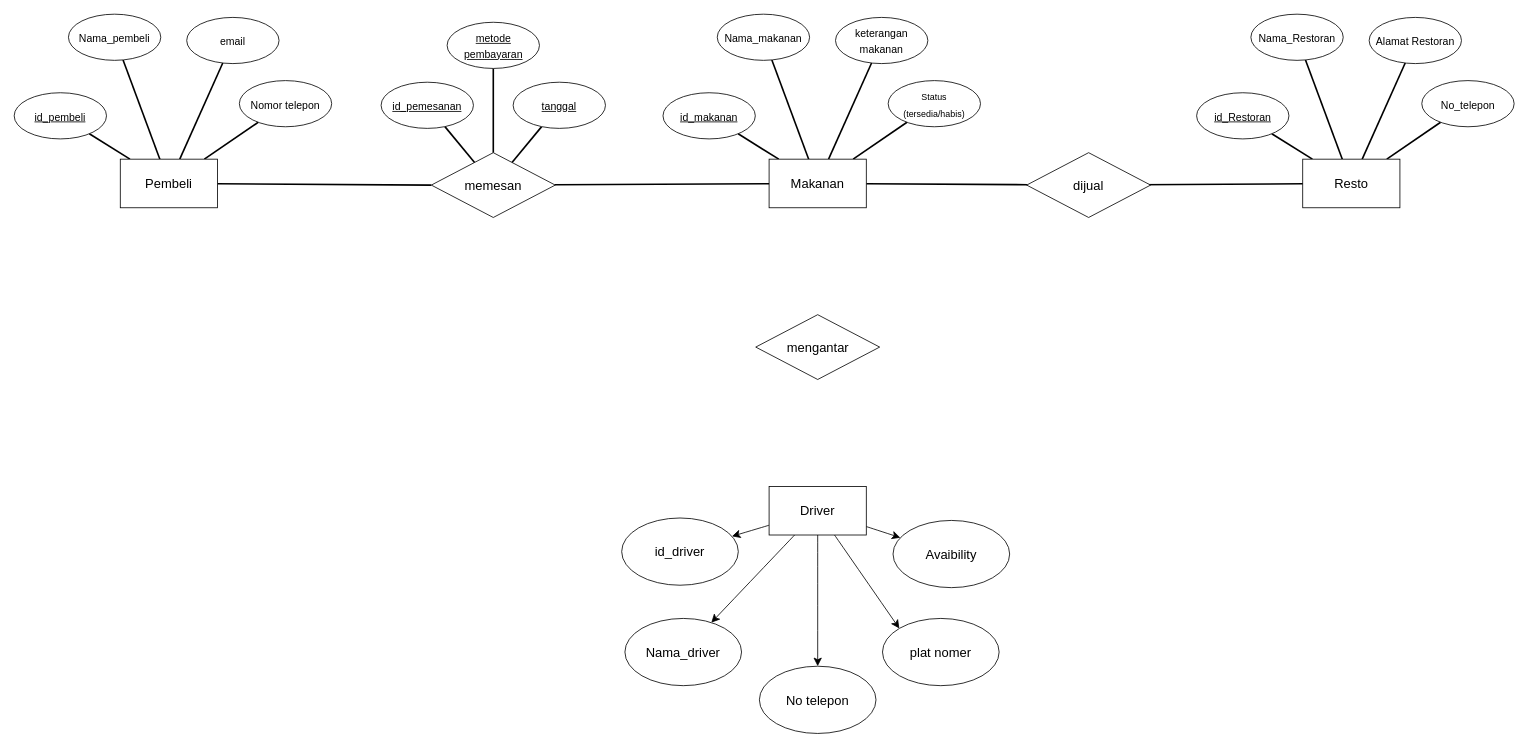
Before: Untitled Diagram.drawio in Iknip26/tugasppw5, a draw.io diagram. Source tidied: cells renumbered, new cells numbered last; positions are measured from the earlier drawing's top-left corner, leaving out a move shared by most shapes. Both pictures are drawn from the tidied source at 81%, with x=0, y=0 at pixel (14, 14).
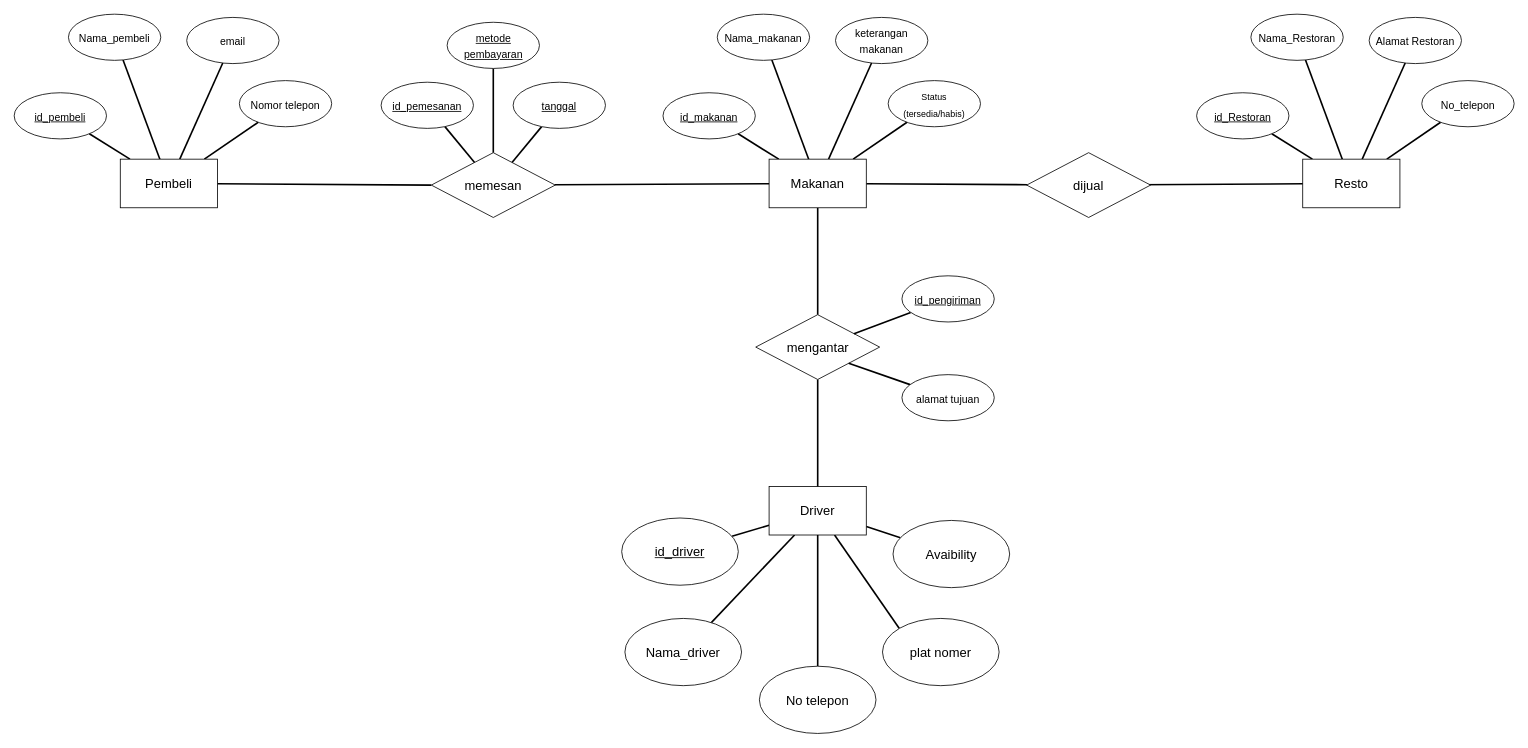
Above is the later version.

Commit message:
Tugas Basdat 2

Unchanged cells that the change refers to:
```xml
<mxCell id="17" value="Makanan" style="rounded=0;whiteSpace=wrap;html=1;fontSize=16;" parent="1" vertex="1">
  <mxGeometry x="932" y="179" width="120" height="60" as="geometry" />
</mxCell>
<mxCell id="46" value="Driver" style="rounded=0;whiteSpace=wrap;html=1;fontSize=16;" parent="1" vertex="1">
  <mxGeometry x="932" y="583" width="120" height="60" as="geometry" />
</mxCell>
<mxCell id="47" value="mengantar" style="rhombus;whiteSpace=wrap;html=1;fontSize=16;" parent="1" vertex="1">
  <mxGeometry x="915.5" y="371" width="153" height="80" as="geometry" />
</mxCell>
<mxCell id="49" value="Nama_driver" style="ellipse;whiteSpace=wrap;html=1;fontSize=16;" parent="1" vertex="1">
  <mxGeometry x="754" y="746" width="144" height="83" as="geometry" />
</mxCell>
<mxCell id="50" value="No telepon" style="ellipse;whiteSpace=wrap;html=1;fontSize=16;" parent="1" vertex="1">
  <mxGeometry x="920" y="805" width="144" height="83" as="geometry" />
</mxCell>
<mxCell id="51" value="plat nomer" style="ellipse;whiteSpace=wrap;html=1;fontSize=16;" parent="1" vertex="1">
  <mxGeometry x="1072" y="746" width="144" height="83" as="geometry" />
</mxCell>
<mxCell id="52" value="Avaibility" style="ellipse;whiteSpace=wrap;html=1;fontSize=16;" parent="1" vertex="1">
  <mxGeometry x="1085" y="625" width="144" height="83" as="geometry" />
</mxCell>
```

Diff of the diagram source:
```diff
@@
+    <mxCell id="53" style="edgeStyle=none;curved=1;rounded=0;jettySize=auto;html=1;entryX=0.5;entryY=0;entryDx=0;entryDy=0;fontSize=12;startSize=8;endSize=8;strokeWidth=2;endArrow=none;endFill=0;" parent="1" edge="1" source="17" target="47">
+      <mxGeometry relative="1" as="geometry" />
+    </mxCell>
@@
-    <mxCell id="41" style="edgeStyle=none;curved=1;rounded=0;jettySize=auto;html=1;fontSize=12;startSize=8;endSize=8;" parent="1" edge="1" source="46" target="48">
+    <mxCell id="41" style="edgeStyle=none;curved=1;rounded=0;jettySize=auto;html=1;fontSize=12;startSize=8;endSize=8;strokeWidth=2;endArrow=none;endFill=0;" parent="1" edge="1" source="46" target="48">
       <mxGeometry relative="1" as="geometry" />
     </mxCell>
-    <mxCell id="42" style="edgeStyle=none;curved=1;rounded=0;jettySize=auto;html=1;fontSize=12;startSize=8;endSize=8;" parent="1" edge="1" source="46" target="49">
+    <mxCell id="42" style="edgeStyle=none;curved=1;rounded=0;jettySize=auto;html=1;fontSize=12;startSize=8;endSize=8;strokeWidth=2;endArrow=none;endFill=0;" parent="1" edge="1" source="46" target="49">
       <mxGeometry relative="1" as="geometry" />
     </mxCell>
-    <mxCell id="43" style="edgeStyle=none;curved=1;rounded=0;jettySize=auto;html=1;entryX=0.5;entryY=0;entryDx=0;entryDy=0;fontSize=12;startSize=8;endSize=8;" parent="1" edge="1" source="46" target="50">
+    <mxCell id="43" style="edgeStyle=none;curved=1;rounded=0;jettySize=auto;html=1;entryX=0.5;entryY=0;entryDx=0;entryDy=0;fontSize=12;startSize=8;endSize=8;strokeWidth=2;endArrow=none;endFill=0;" parent="1" edge="1" source="46" target="50">
       <mxGeometry relative="1" as="geometry" />
     </mxCell>
-    <mxCell id="44" style="edgeStyle=none;curved=1;rounded=0;jettySize=auto;html=1;entryX=0;entryY=0;entryDx=0;entryDy=0;fontSize=12;startSize=8;endSize=8;" parent="1" edge="1" source="46" target="51">
+    <mxCell id="44" style="edgeStyle=none;curved=1;rounded=0;jettySize=auto;html=1;entryX=0;entryY=0;entryDx=0;entryDy=0;fontSize=12;startSize=8;endSize=8;strokeWidth=2;endArrow=none;endFill=0;" parent="1" edge="1" source="46" target="51">
       <mxGeometry relative="1" as="geometry" />
     </mxCell>
-    <mxCell id="45" style="edgeStyle=none;curved=1;rounded=0;jettySize=auto;html=1;fontSize=12;startSize=8;endSize=8;" parent="1" edge="1" source="46" target="52">
+    <mxCell id="45" style="edgeStyle=none;curved=1;rounded=0;jettySize=auto;html=1;fontSize=12;startSize=8;endSize=8;strokeWidth=2;endArrow=none;endFill=0;" parent="1" edge="1" source="46" target="52">
       <mxGeometry relative="1" as="geometry" />
     </mxCell>
@@
+    <mxCell id="54" style="edgeStyle=none;curved=1;rounded=0;jettySize=auto;html=1;fontSize=12;startSize=8;endSize=8;strokeWidth=2;endArrow=none;endFill=0;" parent="1" edge="1" source="47" target="46">
+      <mxGeometry relative="1" as="geometry" />
+    </mxCell>
@@
-    <mxCell id="48" value="id_driver" style="ellipse;whiteSpace=wrap;html=1;fontSize=16;" parent="1" vertex="1">
+    <mxCell id="48" value="&lt;u&gt;id_driver&lt;/u&gt;" style="ellipse;whiteSpace=wrap;html=1;fontSize=16;" parent="1" vertex="1">
       <mxGeometry x="750" y="622" width="144" height="83" as="geometry" />
     </mxCell>
@@
+    <mxCell id="55" style="edgeStyle=none;curved=1;rounded=0;jettySize=auto;html=1;fontSize=12;startSize=8;endSize=8;strokeWidth=2;endArrow=none;endFill=0;" parent="1" edge="1" source="56" target="47">
+      <mxGeometry relative="1" as="geometry" />
+    </mxCell>
+    <mxCell id="56" value="&lt;font style=&quot;font-size: 13px;&quot;&gt;&lt;u&gt;id_pengiriman&lt;/u&gt;&lt;/font&gt;" style="ellipse;whiteSpace=wrap;html=1;fontSize=16;" parent="1" vertex="1">
+      <mxGeometry x="1096" y="323" width="114" height="57" as="geometry" />
+    </mxCell>
+    <mxCell id="57" style="edgeStyle=none;curved=1;rounded=0;jettySize=auto;html=1;entryX=1;entryY=1;entryDx=0;entryDy=0;fontSize=12;startSize=8;endSize=8;strokeWidth=2;endArrow=none;endFill=0;" parent="1" edge="1" source="58" target="47">
+      <mxGeometry relative="1" as="geometry" />
+    </mxCell>
+    <mxCell id="58" value="&lt;font style=&quot;font-size: 13px;&quot;&gt;alamat tujuan&lt;/font&gt;" style="ellipse;whiteSpace=wrap;html=1;fontSize=16;" parent="1" vertex="1">
+      <mxGeometry x="1096" y="445" width="114" height="57" as="geometry" />
+    </mxCell>
```
